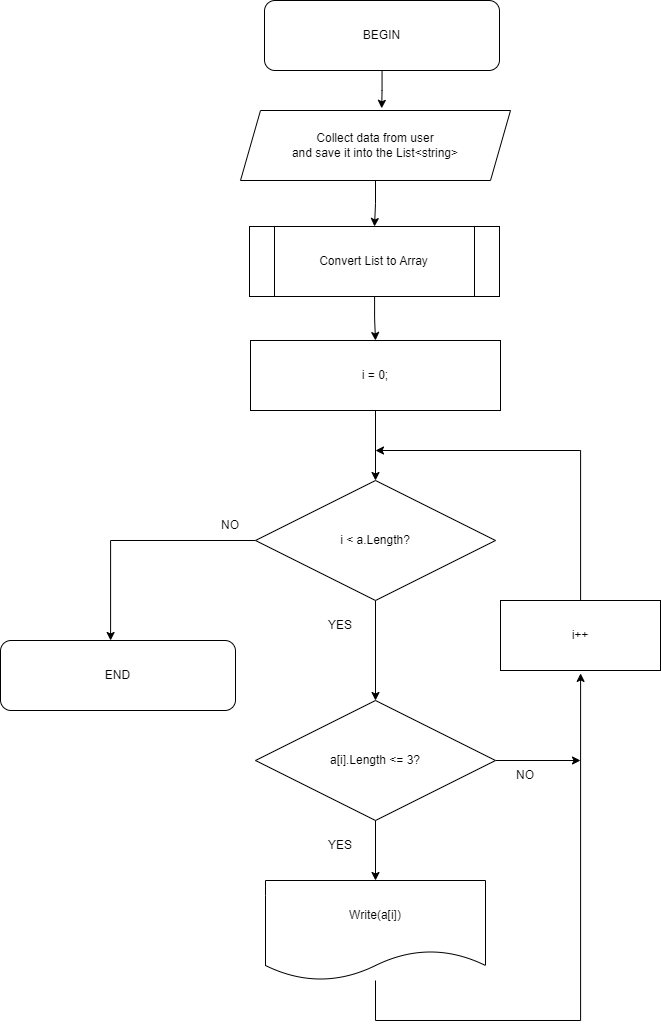
Earlier version of the draw.io export scheme.png (postscreen/SubtotalFirst). Source tidied: cells renumbered, new cells last; positions are measured from the earlier drawing's top-left corner, leaving out a move shared by most shapes.
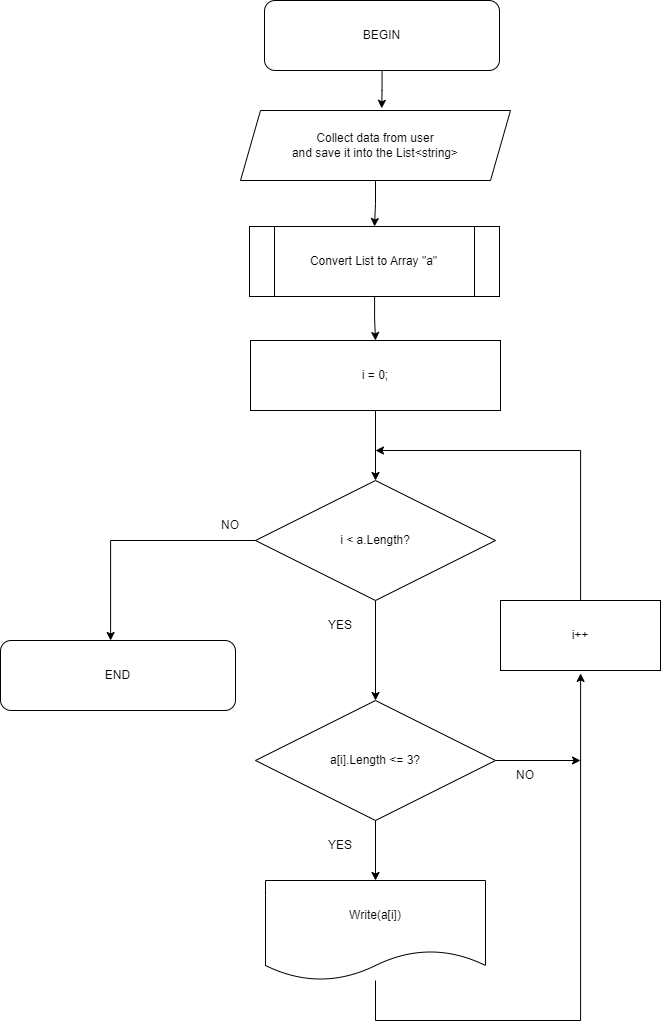
After the change.

The edit, as a diff of the source:
```diff
@@ -85,7 +85,7 @@
     <mxCell id="23" style="edgeStyle=orthogonalEdgeStyle;rounded=0;jettySize=auto;html=1;entryX=0.5;entryY=0;entryDx=0;entryDy=0;" parent="1" edge="1" source="24" target="5">
       <mxGeometry relative="1" as="geometry" />
     </mxCell>
-    <mxCell id="24" value="Convert List to Array" style="shape=process;whiteSpace=wrap;html=1;backgroundOutline=1;" parent="1" vertex="1">
+    <mxCell id="24" value="Convert List to Array &quot;a&quot;" style="shape=process;whiteSpace=wrap;html=1;backgroundOutline=1;" parent="1" vertex="1">
       <mxGeometry x="249" y="226" width="250" height="70" as="geometry" />
     </mxCell>
   </root>
```
